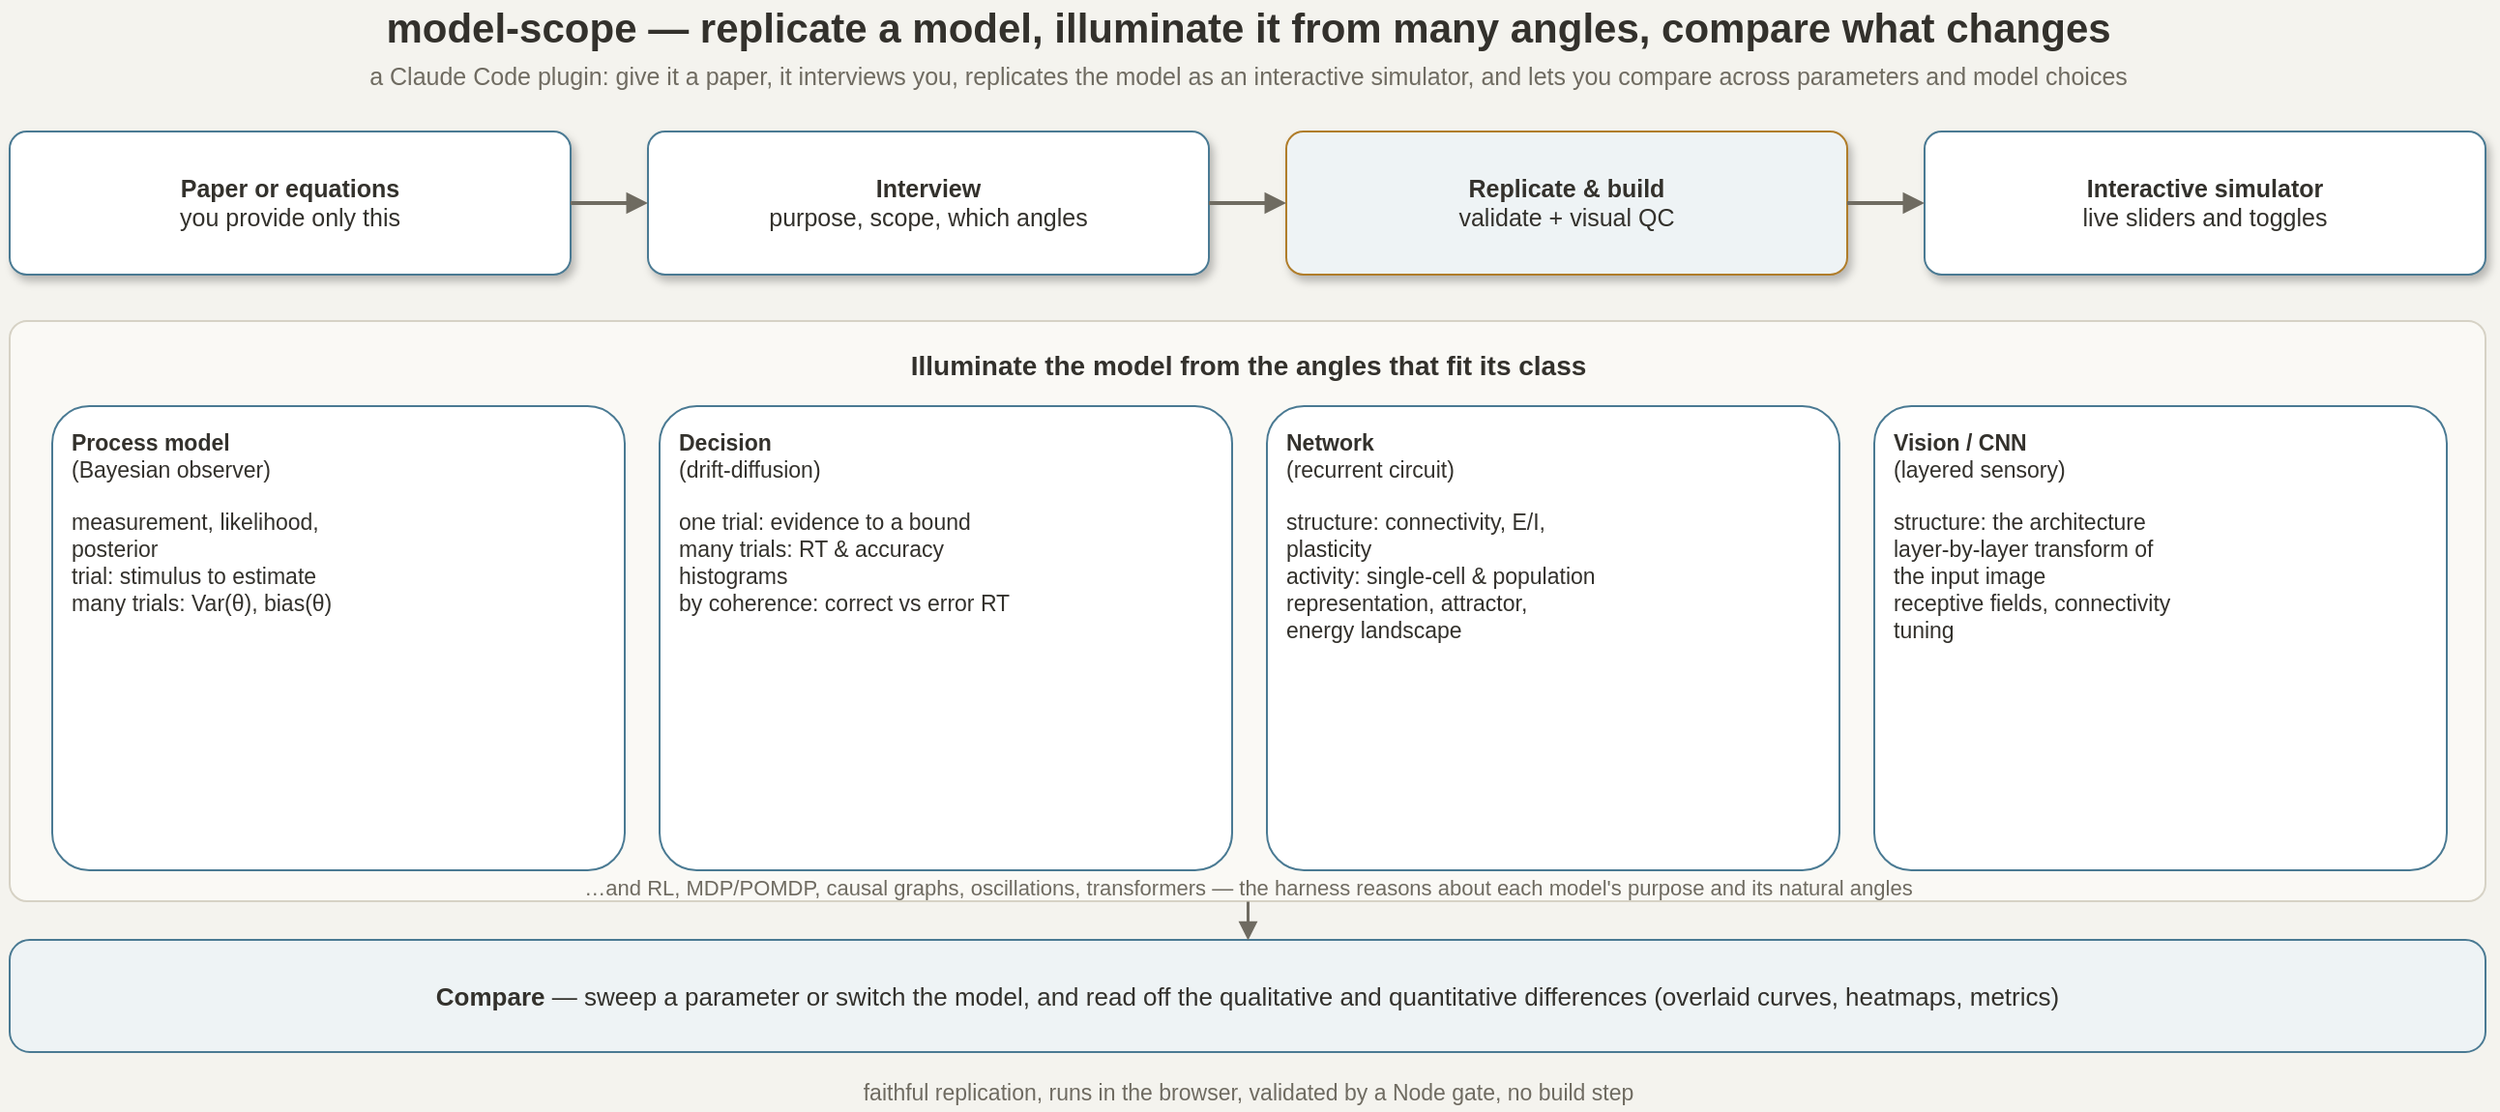
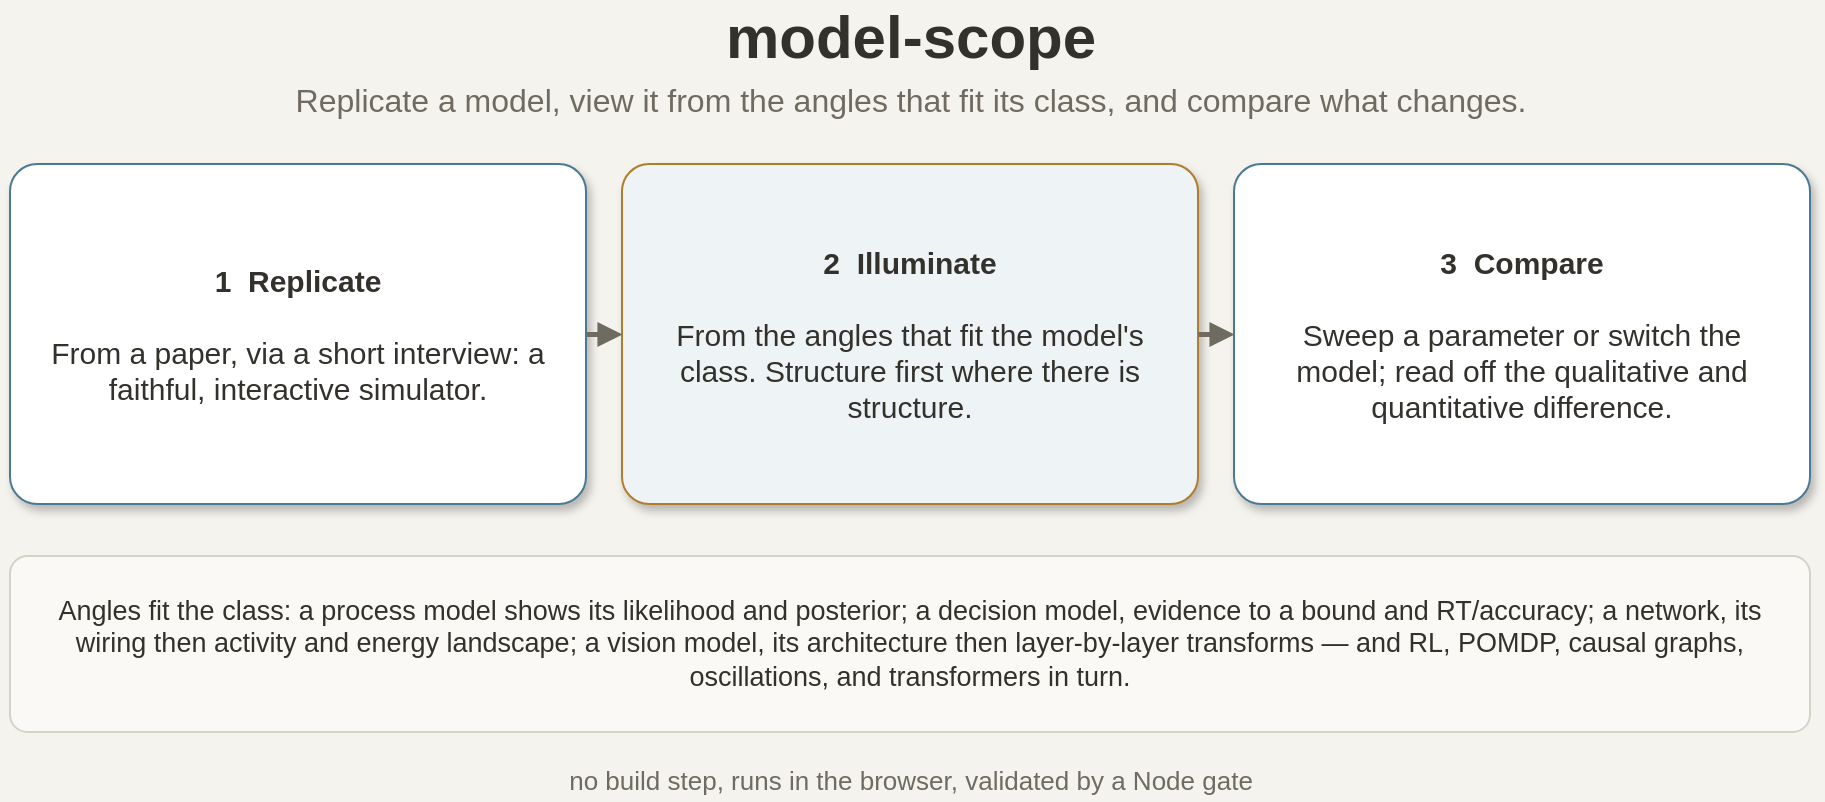
<mxfile host="model-scope">
  <diagram name="model-scope-overview">
-     <mxGraphModel dx="980" dy="700" grid="0" gridSize="10" guides="1" tooltips="1" connect="1" arrows="1" fold="1" page="1" pageScale="1" pageWidth="1340" pageHeight="700" math="0" shadow="0" background="#f4f3ee">
+     <mxGraphModel dx="900" dy="600" grid="0" gridSize="10" guides="1" tooltips="1" connect="1" arrows="1" fold="1" page="1" pageScale="1" pageWidth="960" pageHeight="470" math="0" shadow="0" background="#f4f3ee">
      <root>
        <mxCell id="0"/>
        <mxCell id="1" parent="0"/>

-         <mxCell id="title" value="model-scope — replicate a model, illuminate it from many angles, compare what changes" style="text;html=1;strokeColor=none;fillColor=none;align=center;verticalAlign=middle;fontSize=21;fontStyle=1;fontColor=#33312c;" vertex="1" parent="1"><mxGeometry x="30" y="18" width="1280" height="28" as="geometry"/></mxCell>
-         <mxCell id="sub" value="a Claude Code plugin: give it a paper, it interviews you, replicates the model as an interactive simulator, and lets you compare across parameters and model choices" style="text;html=1;strokeColor=none;fillColor=none;align=center;verticalAlign=middle;fontSize=12.5;fontColor=#6f6b61;" vertex="1" parent="1"><mxGeometry x="30" y="48" width="1280" height="20" as="geometry"/></mxCell>
+         <mxCell id="title" value="model-scope" style="text;html=1;strokeColor=none;fillColor=none;align=center;verticalAlign=middle;fontSize=30;fontStyle=1;fontColor=#33312c;" vertex="1" parent="1"><mxGeometry x="40" y="22" width="880" height="36" as="geometry"/></mxCell>
+         <mxCell id="sub" value="Replicate a model, view it from the angles that fit its class, and compare what changes." style="text;html=1;strokeColor=none;fillColor=none;align=center;verticalAlign=middle;fontSize=16;fontColor=#6f6b61;" vertex="1" parent="1"><mxGeometry x="40" y="60" width="880" height="24" as="geometry"/></mxCell>

-         <mxCell id="a1" value="&lt;b&gt;Paper or equations&lt;/b&gt;&lt;br&gt;you provide only this" style="rounded=1;whiteSpace=wrap;html=1;arcSize=12;fillColor=#ffffff;strokeColor=#4a7a93;fontSize=12.5;fontColor=#33312c;align=center;verticalAlign=middle;shadow=1;" vertex="1" parent="1"><mxGeometry x="30" y="86" width="290" height="74" as="geometry"/></mxCell>
-         <mxCell id="a2" value="&lt;b&gt;Interview&lt;/b&gt;&lt;br&gt;purpose, scope, which angles" style="rounded=1;whiteSpace=wrap;html=1;arcSize=12;fillColor=#ffffff;strokeColor=#4a7a93;fontSize=12.5;fontColor=#33312c;align=center;verticalAlign=middle;shadow=1;" vertex="1" parent="1"><mxGeometry x="360" y="86" width="290" height="74" as="geometry"/></mxCell>
-         <mxCell id="a3" value="&lt;b&gt;Replicate &amp; build&lt;/b&gt;&lt;br&gt;validate + visual QC" style="rounded=1;whiteSpace=wrap;html=1;arcSize=12;fillColor=#eef3f5;strokeColor=#b07d2a;fontSize=12.5;fontColor=#33312c;align=center;verticalAlign=middle;shadow=1;" vertex="1" parent="1"><mxGeometry x="690" y="86" width="290" height="74" as="geometry"/></mxCell>
-         <mxCell id="a4" value="&lt;b&gt;Interactive simulator&lt;/b&gt;&lt;br&gt;live sliders and toggles" style="rounded=1;whiteSpace=wrap;html=1;arcSize=12;fillColor=#ffffff;strokeColor=#4a7a93;fontSize=12.5;fontColor=#33312c;align=center;verticalAlign=middle;shadow=1;" vertex="1" parent="1"><mxGeometry x="1020" y="86" width="290" height="74" as="geometry"/></mxCell>
-         <mxCell id="af1" style="endArrow=block;html=1;rounded=1;strokeColor=#6f6b61;strokeWidth=2;" edge="1" parent="1" source="a1" target="a2"><mxGeometry relative="1" as="geometry"/></mxCell>
-         <mxCell id="af2" style="endArrow=block;html=1;rounded=1;strokeColor=#6f6b61;strokeWidth=2;" edge="1" parent="1" source="a2" target="a3"><mxGeometry relative="1" as="geometry"/></mxCell>
-         <mxCell id="af3" style="endArrow=block;html=1;rounded=1;strokeColor=#6f6b61;strokeWidth=2;" edge="1" parent="1" source="a3" target="a4"><mxGeometry relative="1" as="geometry"/></mxCell>
+         <mxCell id="b1" value="&lt;b&gt;1&amp;nbsp; Replicate&lt;/b&gt;&lt;br&gt;&lt;br&gt;From a paper, via a short interview: a faithful, interactive simulator." style="rounded=1;whiteSpace=wrap;html=1;arcSize=8;fillColor=#ffffff;strokeColor=#4a7a93;fontSize=15;fontColor=#33312c;align=center;verticalAlign=middle;spacing=12;shadow=1;" vertex="1" parent="1"><mxGeometry x="30" y="104" width="288" height="170" as="geometry"/></mxCell>
+         <mxCell id="b2" value="&lt;b&gt;2&amp;nbsp; Illuminate&lt;/b&gt;&lt;br&gt;&lt;br&gt;From the angles that fit the model's class. Structure first where there is structure." style="rounded=1;whiteSpace=wrap;html=1;arcSize=8;fillColor=#eef3f5;strokeColor=#b07d2a;fontSize=15;fontColor=#33312c;align=center;verticalAlign=middle;spacing=12;shadow=1;" vertex="1" parent="1"><mxGeometry x="336" y="104" width="288" height="170" as="geometry"/></mxCell>
+         <mxCell id="b3" value="&lt;b&gt;3&amp;nbsp; Compare&lt;/b&gt;&lt;br&gt;&lt;br&gt;Sweep a parameter or switch the model; read off the qualitative and quantitative difference." style="rounded=1;whiteSpace=wrap;html=1;arcSize=8;fillColor=#ffffff;strokeColor=#4a7a93;fontSize=15;fontColor=#33312c;align=center;verticalAlign=middle;spacing=12;shadow=1;" vertex="1" parent="1"><mxGeometry x="642" y="104" width="288" height="170" as="geometry"/></mxCell>
+         <mxCell id="e1" style="endArrow=block;html=1;rounded=1;strokeColor=#6f6b61;strokeWidth=2.5;" edge="1" parent="1" source="b1" target="b2"><mxGeometry relative="1" as="geometry"/></mxCell>
+         <mxCell id="e2" style="endArrow=block;html=1;rounded=1;strokeColor=#6f6b61;strokeWidth=2.5;" edge="1" parent="1" source="b2" target="b3"><mxGeometry relative="1" as="geometry"/></mxCell>

-         <mxCell id="bbox" value="" style="rounded=1;whiteSpace=wrap;html=1;arcSize=3;fillColor=#faf9f5;strokeColor=#d6d2c5;verticalAlign=top;" vertex="1" parent="1"><mxGeometry x="30" y="184" width="1280" height="300" as="geometry"/></mxCell>
-         <mxCell id="btit" value="&lt;b&gt;Illuminate the model from the angles that fit its class&lt;/b&gt;" style="text;html=1;strokeColor=none;fillColor=none;align=center;verticalAlign=middle;fontSize=14;fontColor=#33312c;" vertex="1" parent="1"><mxGeometry x="50" y="196" width="1240" height="22" as="geometry"/></mxCell>
+         <mxCell id="cls" value="Angles fit the class: a process model shows its likelihood and posterior; a decision model, evidence to a bound and RT/accuracy; a network, its wiring then activity and energy landscape; a vision model, its architecture then layer-by-layer transforms — and RL, POMDP, causal graphs, oscillations, and transformers in turn." style="rounded=1;whiteSpace=wrap;html=1;arcSize=10;fillColor=#faf9f5;strokeColor=#d6d2c5;fontSize=13.5;fontColor=#33312c;align=center;verticalAlign=middle;spacing=10;" vertex="1" parent="1"><mxGeometry x="30" y="300" width="900" height="88" as="geometry"/></mxCell>

-         <mxCell id="cl1" value="&lt;b&gt;Process model&lt;/b&gt;&lt;br&gt;(Bayesian observer)&lt;br&gt;&lt;br&gt;measurement, likelihood,&lt;br&gt;posterior&lt;br&gt;trial: stimulus to estimate&lt;br&gt;many trials: Var(θ), bias(θ)" style="rounded=1;whiteSpace=wrap;html=1;arcSize=8;fillColor=#ffffff;strokeColor=#4a7a93;fontSize=11.5;fontColor=#33312c;align=left;verticalAlign=top;spacingLeft=8;spacingTop=6;" vertex="1" parent="1"><mxGeometry x="52" y="228" width="296" height="240" as="geometry"/></mxCell>
-         <mxCell id="cl2" value="&lt;b&gt;Decision&lt;/b&gt;&lt;br&gt;(drift-diffusion)&lt;br&gt;&lt;br&gt;one trial: evidence to a bound&lt;br&gt;many trials: RT &amp; accuracy&lt;br&gt;histograms&lt;br&gt;by coherence: correct vs error RT" style="rounded=1;whiteSpace=wrap;html=1;arcSize=8;fillColor=#ffffff;strokeColor=#4a7a93;fontSize=11.5;fontColor=#33312c;align=left;verticalAlign=top;spacingLeft=8;spacingTop=6;" vertex="1" parent="1"><mxGeometry x="366" y="228" width="296" height="240" as="geometry"/></mxCell>
-         <mxCell id="cl3" value="&lt;b&gt;Network&lt;/b&gt;&lt;br&gt;(recurrent circuit)&lt;br&gt;&lt;br&gt;structure: connectivity, E/I,&lt;br&gt;plasticity&lt;br&gt;activity: single-cell &amp; population&lt;br&gt;representation, attractor,&lt;br&gt;energy landscape" style="rounded=1;whiteSpace=wrap;html=1;arcSize=8;fillColor=#ffffff;strokeColor=#4a7a93;fontSize=11.5;fontColor=#33312c;align=left;verticalAlign=top;spacingLeft=8;spacingTop=6;" vertex="1" parent="1"><mxGeometry x="680" y="228" width="296" height="240" as="geometry"/></mxCell>
-         <mxCell id="cl4" value="&lt;b&gt;Vision / CNN&lt;/b&gt;&lt;br&gt;(layered sensory)&lt;br&gt;&lt;br&gt;structure: the architecture&lt;br&gt;layer-by-layer transform of&lt;br&gt;the input image&lt;br&gt;receptive fields, connectivity&lt;br&gt;tuning" style="rounded=1;whiteSpace=wrap;html=1;arcSize=8;fillColor=#ffffff;strokeColor=#4a7a93;fontSize=11.5;fontColor=#33312c;align=left;verticalAlign=top;spacingLeft=8;spacingTop=6;" vertex="1" parent="1"><mxGeometry x="994" y="228" width="296" height="240" as="geometry"/></mxCell>
-         <mxCell id="cmore" value="…and RL, MDP/POMDP, causal graphs, oscillations, transformers — the harness reasons about each model's purpose and its natural angles" style="text;html=1;strokeColor=none;fillColor=none;align=center;verticalAlign=middle;fontSize=11;fontColor=#6f6b61;" vertex="1" parent="1"><mxGeometry x="50" y="470" width="1240" height="14" as="geometry"/></mxCell>
- 
-         <mxCell id="cbar" value="&lt;b&gt;Compare&lt;/b&gt;  —  sweep a parameter or switch the model, and read off the qualitative and quantitative differences (overlaid curves, heatmaps, metrics)" style="rounded=1;whiteSpace=wrap;html=1;arcSize=18;fillColor=#eef3f5;strokeColor=#4a7a93;fontSize=13;fontColor=#33312c;align=center;verticalAlign=middle;" vertex="1" parent="1"><mxGeometry x="30" y="504" width="1280" height="58" as="geometry"/></mxCell>
-         <mxCell id="bf1" style="endArrow=block;html=1;rounded=1;strokeColor=#6f6b61;strokeWidth=1.5;" edge="1" parent="1" source="bbox" target="cbar"><mxGeometry relative="1" as="geometry"/></mxCell>
- 
-         <mxCell id="foot" value="faithful replication, runs in the browser, validated by a Node gate, no build step" style="text;html=1;strokeColor=none;fillColor=none;align=center;verticalAlign=middle;fontSize=11.5;fontColor=#6f6b61;" vertex="1" parent="1"><mxGeometry x="30" y="574" width="1280" height="18" as="geometry"/></mxCell>
+         <mxCell id="foot" value="no build step, runs in the browser, validated by a Node gate" style="text;html=1;strokeColor=none;fillColor=none;align=center;verticalAlign=middle;fontSize=13;fontColor=#6f6b61;" vertex="1" parent="1"><mxGeometry x="40" y="402" width="880" height="20" as="geometry"/></mxCell>

      </root>
    </mxGraphModel>
  </diagram>
</mxfile>
